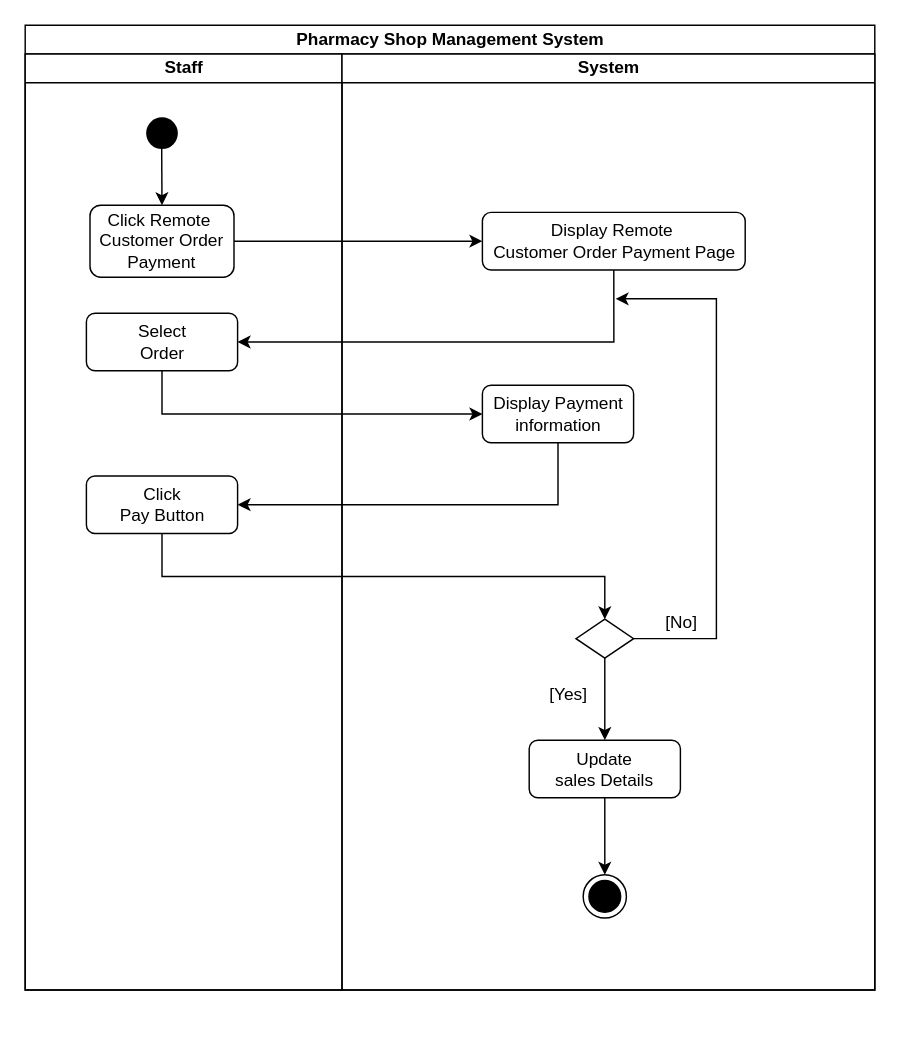
Above: Doc/Activity Diagrams/Drawio Files/Remote  Customer Order Payments.drawio in ChandimalPriyamantha/Pharmacy_Shop_Management_System (draw.io), before the change. Source tidied: cells renumbered, new cells numbered last; positions are measured from the earlier drawing's top-left corner, leaving out a move shared by most shapes. Both pictures are drawn from the tidied source at 144%, with x=0, y=0 at pixel (24, 24).
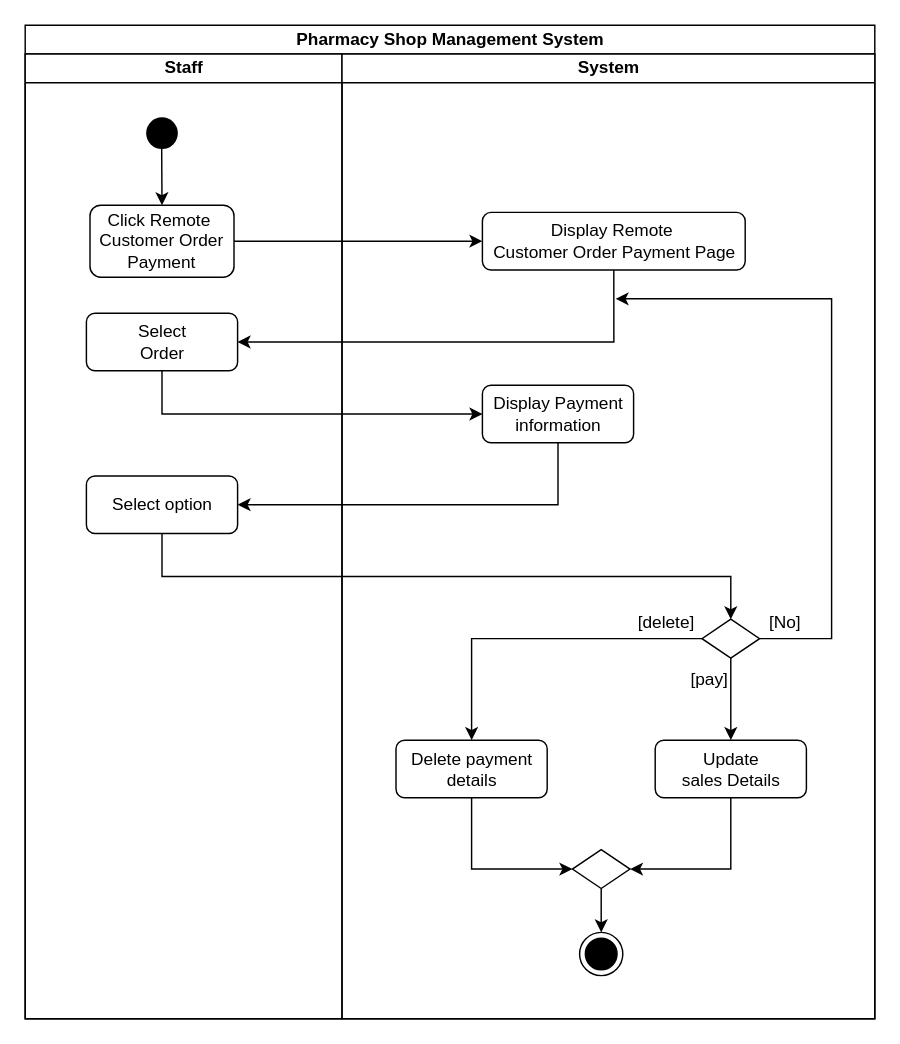
After the change.

Commit message (it also covers changes not shown here):
Update remote customer order activity diagram

What changed in the source:
```diff
@@
     <mxCell id="2" value="Pharmacy Shop Management System" style="swimlane;startSize=20;html=1;" parent="1" vertex="1">
-      <mxGeometry width="590" height="670" as="geometry" />
+      <mxGeometry width="590" height="690" as="geometry" />
     </mxCell>
     <mxCell id="3" value="Staff" style="swimlane;startSize=20;html=1;" parent="2" vertex="1">
-      <mxGeometry y="20" width="220" height="650" as="geometry" />
+      <mxGeometry y="20" width="220" height="670" as="geometry" />
     </mxCell>
@@
-    <mxCell id="8" value="Click&lt;br&gt;Pay Button" style="rounded=1;whiteSpace=wrap;html=1;" parent="3" vertex="1">
+    <mxCell id="8" value="Select option" style="rounded=1;whiteSpace=wrap;html=1;" parent="3" vertex="1">
       <mxGeometry x="42.5" y="293" width="105" height="40" as="geometry" />
     </mxCell>
@@
     <mxCell id="14" value="System" style="swimlane;startSize=20;html=1;" parent="2" vertex="1">
-      <mxGeometry x="220" y="20" width="370" height="650" as="geometry" />
+      <mxGeometry x="220" y="20" width="370" height="670" as="geometry" />
     </mxCell>
     <mxCell id="15" value="[No]" style="text;html=1;strokeColor=none;fillColor=none;align=center;verticalAlign=middle;whiteSpace=wrap;rounded=0;" parent="14" vertex="1">
-      <mxGeometry x="197.5" y="380" width="76" height="30" as="geometry" />
+      <mxGeometry x="270" y="380" width="76" height="30" as="geometry" />
     </mxCell>
@@
     <mxCell id="17" style="rounded=0;jettySize=auto;html=1;exitX=1;exitY=0.5;exitDx=0;exitDy=0;" parent="14" edge="1" source="18">
       <mxGeometry relative="1" as="geometry">
         <mxPoint x="190" y="170" as="targetPoint" />
         <Array as="points">
-          <mxPoint x="260" y="406" />
-          <mxPoint x="260" y="170" />
+          <mxPoint x="340" y="406" />
+          <mxPoint x="340" y="170" />
         </Array>
       </mxGeometry>
     </mxCell>
     <mxCell id="18" style="rhombus;whiteSpace=wrap;html=1;" parent="14" vertex="1">
-      <mxGeometry x="162.5" y="392.5" width="40" height="27" as="geometry" />
+      <mxGeometry x="250" y="392.5" width="40" height="27" as="geometry" />
     </mxCell>
     <mxCell id="19" style="ellipse;html=1;shape=endState;fillColor=#000000;strokeColor=#000000;" parent="14" vertex="1">
-      <mxGeometry x="167.5" y="570" width="30" height="30" as="geometry" />
+      <mxGeometry x="165" y="610" width="30" height="30" as="geometry" />
     </mxCell>
@@
-    <mxCell id="21" style="edgeStyle=orthogonalEdgeStyle;rounded=0;jettySize=auto;html=1;exitX=0.5;exitY=1;exitDx=0;exitDy=0;entryX=0.5;entryY=0;entryDx=0;entryDy=0;" parent="14" edge="1" source="22" target="19">
-      <mxGeometry relative="1" as="geometry" />
-    </mxCell>
     <mxCell id="22" value="Update&lt;br&gt;sales Details" style="rounded=1;whiteSpace=wrap;html=1;" parent="14" vertex="1">
-      <mxGeometry x="130" y="476.5" width="105" height="40" as="geometry" />
+      <mxGeometry x="217.5" y="476.5" width="105" height="40" as="geometry" />
     </mxCell>
-    <mxCell id="23" value="[Yes]" style="text;html=1;strokeColor=none;fillColor=none;align=center;verticalAlign=middle;whiteSpace=wrap;rounded=0;" parent="14" vertex="1">
-      <mxGeometry x="100" y="430" width="115" height="30" as="geometry" />
+    <mxCell id="23" value="[pay]" style="text;html=1;strokeColor=none;fillColor=none;align=center;verticalAlign=middle;whiteSpace=wrap;rounded=0;" parent="14" vertex="1">
+      <mxGeometry x="197.5" y="419.5" width="115" height="30" as="geometry" />
     </mxCell>
@@
+    <mxCell id="25" value="[delete]" style="text;html=1;strokeColor=none;fillColor=none;align=center;verticalAlign=middle;whiteSpace=wrap;rounded=0;" parent="14" vertex="1">
+      <mxGeometry x="167.5" y="380" width="115" height="30" as="geometry" />
+    </mxCell>
+    <mxCell id="26" style="edgeStyle=orthogonalEdgeStyle;rounded=0;jettySize=auto;html=1;entryX=0;entryY=0.5;entryDx=0;entryDy=0;" parent="1" edge="1" source="27" target="30">
+      <mxGeometry relative="1" as="geometry">
+        <Array as="points">
+          <mxPoint x="310" y="586" />
+        </Array>
+      </mxGeometry>
+    </mxCell>
+    <mxCell id="27" value="Delete payment details" style="rounded=1;whiteSpace=wrap;html=1;" parent="1" vertex="1">
+      <mxGeometry x="257.5" y="496.5" width="105" height="40" as="geometry" />
+    </mxCell>
+    <mxCell id="28" style="edgeStyle=orthogonalEdgeStyle;rounded=0;jettySize=auto;html=1;entryX=0.5;entryY=0;entryDx=0;entryDy=0;" parent="1" edge="1" source="18" target="27">
+      <mxGeometry relative="1" as="geometry" />
+    </mxCell>
+    <mxCell id="29" style="edgeStyle=orthogonalEdgeStyle;rounded=0;jettySize=auto;html=1;entryX=0.5;entryY=0;entryDx=0;entryDy=0;" parent="1" edge="1" source="30" target="19">
+      <mxGeometry relative="1" as="geometry" />
+    </mxCell>
+    <mxCell id="30" style="rhombus;whiteSpace=wrap;html=1;" parent="1" vertex="1">
+      <mxGeometry x="380" y="572.5" width="40" height="27" as="geometry" />
+    </mxCell>
+    <mxCell id="31" style="edgeStyle=orthogonalEdgeStyle;rounded=0;jettySize=auto;html=1;entryX=1;entryY=0.5;entryDx=0;entryDy=0;" parent="1" edge="1" source="22" target="30">
+      <mxGeometry relative="1" as="geometry">
+        <Array as="points">
+          <mxPoint x="490" y="586" />
+        </Array>
+      </mxGeometry>
+    </mxCell>
```
